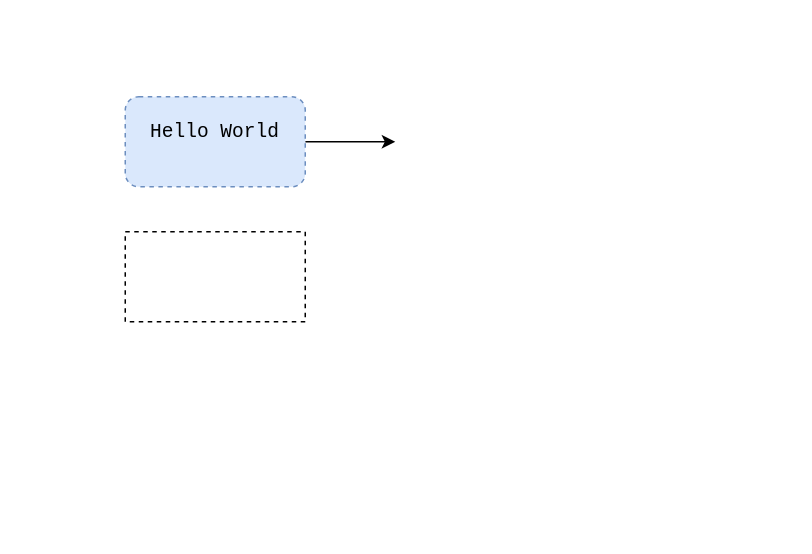
Above: leetcode/ppt/未命名绘图.drawio in watchpoints/weekly (draw.io), before the change. Source tidied: cells renumbered, new cells numbered last; positions are measured from the earlier drawing's top-left corner, leaving out a move shared by most shapes. Both pictures are drawn from the tidied source at 150%, with x=0, y=0 at pixel (124, 96).
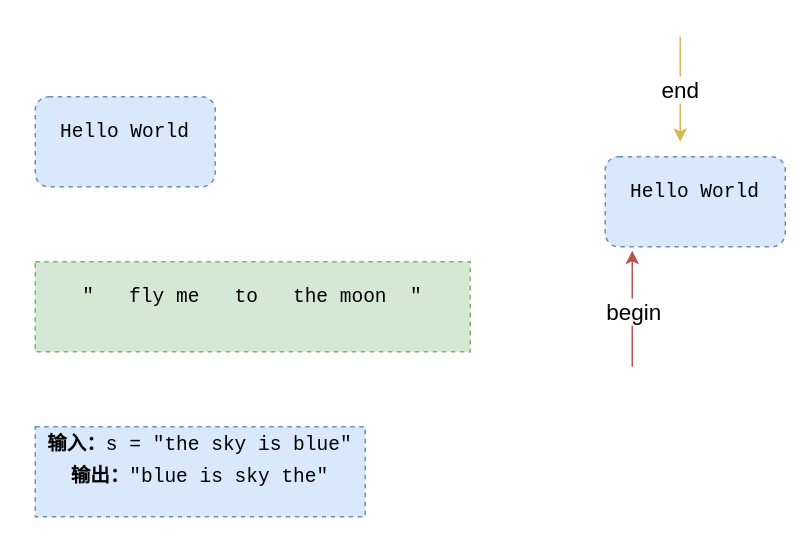
The same diagram, later.

Commit message:
更新未命名绘图.drawio

What changed in the source:
```diff
@@
 <mxGraphModel>
   <root>
     <mxCell id="0" />
     <mxCell id="1" parent="0" />
-    <mxCell id="2" style="edgeStyle=orthogonalEdgeStyle;rounded=0;jettySize=auto;html=1;exitX=1;exitY=0.5;exitDx=0;exitDy=0;fontSize=15;" parent="1" edge="1" source="3">
-      <mxGeometry relative="1" as="geometry">
-        <mxPoint x="180" y="30" as="targetPoint" />
-      </mxGeometry>
-    </mxCell>
     <mxCell id="3" value="&lt;pre style=&quot;box-sizing: border-box ; font-size: 13px ; font-family: , &amp;#34;consolas&amp;#34; , &amp;#34;liberation mono&amp;#34; , &amp;#34;menlo&amp;#34; , &amp;#34;courier&amp;#34; , monospace ; margin-top: 0px ; margin-bottom: 1em ; overflow: auto ; background: rgba() ; padding: 10px 15px ; color: rgba(, 1) ; line-height: 1.6 ; border-radius: 3px&quot;&gt;Hello World&lt;/pre&gt;" style="rounded=1;whiteSpace=wrap;html=1;fillColor=#dae8fc;strokeColor=#6c8ebf;shadow=0;dashed=1;" parent="1" vertex="1">
-      <mxGeometry width="120" height="60" as="geometry" />
+      <mxGeometry x="-60" width="120" height="60" as="geometry" />
     </mxCell>
-    <mxCell id="4" style="rounded=0;whiteSpace=wrap;html=1;shadow=0;dashed=1;fillColor=default;gradientColor=none;" parent="1" vertex="1">
-      <mxGeometry y="90" width="120" height="60" as="geometry" />
+    <mxCell id="4" value="&lt;pre style=&quot;box-sizing: border-box ; font-size: 13px ; font-family: , &amp;#34;consolas&amp;#34; , &amp;#34;liberation mono&amp;#34; , &amp;#34;menlo&amp;#34; , &amp;#34;courier&amp;#34; , monospace ; margin-top: 0px ; margin-bottom: 1em ; overflow: auto ; background: rgba() ; padding: 10px 15px ; color: rgba(, 1) ; line-height: 1.6 ; border-radius: 3px&quot;&gt;&quot;   fly me   to   the moon  &quot;&lt;/pre&gt;" style="rounded=0;whiteSpace=wrap;html=1;shadow=0;dashed=1;fillColor=#d5e8d4;strokeColor=#82b366;" parent="1" vertex="1">
+      <mxGeometry x="-60" y="110" width="290" height="60" as="geometry" />
     </mxCell>
+    <mxCell id="5" value="&lt;pre style=&quot;box-sizing: border-box ; font-size: 13px ; font-family: , &amp;#34;consolas&amp;#34; , &amp;#34;liberation mono&amp;#34; , &amp;#34;menlo&amp;#34; , &amp;#34;courier&amp;#34; , monospace ; margin-top: 0px ; margin-bottom: 1em ; overflow: auto ; background: rgba() ; padding: 10px 15px ; color: rgba(, 1) ; line-height: 1.6 ; border-radius: 3px&quot;&gt;&lt;span style=&quot;box-sizing: border-box ; font-weight: bolder&quot;&gt;输入：&lt;/span&gt;s = &quot;&lt;code style=&quot;box-sizing: border-box ; font-family: , &amp;#34;consolas&amp;#34; , &amp;#34;liberation mono&amp;#34; , &amp;#34;menlo&amp;#34; , &amp;#34;courier&amp;#34; , monospace ; background-color: transparent ; color: inherit ; padding: 0px ; border-radius: 3px&quot;&gt;the sky is blue&lt;/code&gt;&quot;&lt;br/&gt;&lt;span style=&quot;box-sizing: border-box ; font-weight: bolder&quot;&gt;输出：&lt;/span&gt;&quot;&lt;code style=&quot;box-sizing: border-box ; font-family: , &amp;#34;consolas&amp;#34; , &amp;#34;liberation mono&amp;#34; , &amp;#34;menlo&amp;#34; , &amp;#34;courier&amp;#34; , monospace ; background-color: transparent ; color: inherit ; padding: 0px ; border-radius: 3px&quot;&gt;blue is sky the&lt;/code&gt;&quot;&lt;/pre&gt;" style="rounded=0;whiteSpace=wrap;html=1;shadow=0;dashed=1;fontSize=15;fillColor=#dae8fc;strokeColor=#6c8ebf;" parent="1" vertex="1">
+      <mxGeometry x="-60" y="220" width="220" height="60" as="geometry" />
+    </mxCell>
+    <mxCell id="6" value="&lt;pre style=&quot;box-sizing: border-box ; font-size: 13px ; font-family: , &amp;#34;consolas&amp;#34; , &amp;#34;liberation mono&amp;#34; , &amp;#34;menlo&amp;#34; , &amp;#34;courier&amp;#34; , monospace ; margin-top: 0px ; margin-bottom: 1em ; overflow: auto ; background: rgba() ; padding: 10px 15px ; color: rgba(, 1) ; line-height: 1.6 ; border-radius: 3px&quot;&gt;Hello World&lt;/pre&gt;" style="rounded=1;whiteSpace=wrap;html=1;fillColor=#dae8fc;strokeColor=#6c8ebf;shadow=0;dashed=1;" parent="1" vertex="1">
+      <mxGeometry x="320" y="40" width="120" height="60" as="geometry" />
+    </mxCell>
+    <mxCell id="7" style="endArrow=classic;html=1;rounded=0;fontSize=15;entryX=0.15;entryY=1.044;entryDx=0;entryDy=0;entryPerimeter=0;fillColor=#f8cecc;strokeColor=#b85450;" parent="1" edge="1" target="6">
+      <mxGeometry relative="1" as="geometry">
+        <mxPoint x="338" y="180" as="sourcePoint" />
+        <Array as="points">
+          <mxPoint x="338" y="160" />
+        </Array>
+      </mxGeometry>
+    </mxCell>
+    <mxCell id="8" value="begin" style="edgeLabel;html=1;align=center;verticalAlign=middle;fontSize=15;" parent="7" vertex="1">
+      <mxGeometry x="-0.03" relative="1" as="geometry" />
+    </mxCell>
+    <mxCell id="9" value="end" style="endArrow=classic;html=1;rounded=0;fontSize=15;fillColor=#fff2cc;strokeColor=#d6b656;" parent="1" edge="1">
+      <mxGeometry relative="1" as="geometry">
+        <mxPoint x="370" y="-40" as="sourcePoint" />
+        <mxPoint x="370" y="30" as="targetPoint" />
+      </mxGeometry>
+    </mxCell>
   </root>
 </mxGraphModel>
```
